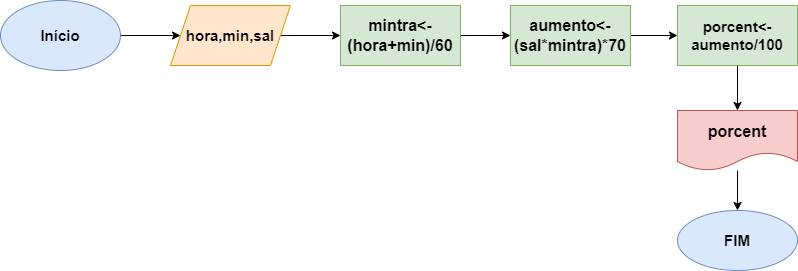
The draw.io diagram aula_fluxo_testemesa/aumento.drawio.png in projetosthif/AulasAlgoritmos, before a commit. Source tidied: cells renumbered, new cells last; positions are measured from the earlier drawing's top-left corner, leaving out a move shared by most shapes.
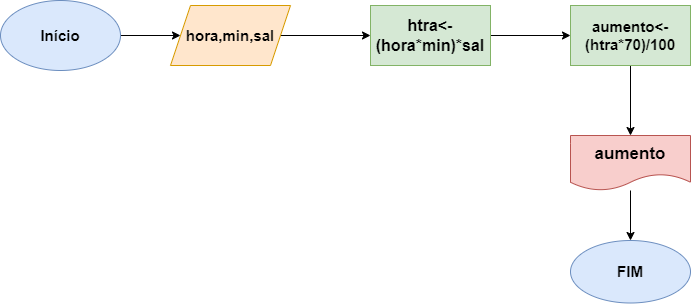
Later version of the same file.

Diff of the diagram source:
```diff
@@ -8,38 +8,32 @@
     <mxCell id="3" value="&lt;b&gt;&lt;font style=&quot;font-size: 15px;&quot;&gt;Início&lt;/font&gt;&lt;/b&gt;" style="ellipse;whiteSpace=wrap;html=1;fillColor=#dae8fc;strokeColor=#6c8ebf;" parent="1" vertex="1">
       <mxGeometry width="120" height="70" as="geometry" />
     </mxCell>
-    <mxCell id="4" style="edgeStyle=orthogonalEdgeStyle;rounded=0;jettySize=auto;html=1;fontSize=15;" parent="1" edge="1" source="5" target="7">
-      <mxGeometry relative="1" as="geometry" />
-    </mxCell>
+    <mxCell id="15" style="edgeStyle=orthogonalEdgeStyle;rounded=0;jettySize=auto;html=1;fontSize=16;" parent="1" edge="1" source="5" target="17">
+      <mxGeometry relative="1" as="geometry" />
+    </mxCell>
     <mxCell id="5" value="&lt;b&gt;&lt;font style=&quot;font-size: 15px;&quot;&gt;hora,min,sal&lt;/font&gt;&lt;/b&gt;" style="shape=parallelogram;perimeter=parallelogramPerimeter;whiteSpace=wrap;html=1;fixedSize=1;fillColor=#ffe6cc;strokeColor=#d79b00;" parent="1" vertex="1">
       <mxGeometry x="170" y="5" width="120" height="60" as="geometry" />
     </mxCell>
-    <mxCell id="6" style="edgeStyle=orthogonalEdgeStyle;rounded=0;jettySize=auto;html=1;fontSize=15;" parent="1" edge="1" source="7" target="9">
-      <mxGeometry relative="1" as="geometry" />
-    </mxCell>
-    <mxCell id="7" value="&lt;b&gt;&lt;font style=&quot;font-size: 16px;&quot;&gt;mintra&amp;lt;-(hora+min)/60&lt;/font&gt;&lt;/b&gt;" style="whiteSpace=wrap;html=1;fillColor=#d5e8d4;strokeColor=#82b366;" parent="1" vertex="1">
-      <mxGeometry x="340" y="5" width="120" height="60" as="geometry" />
-    </mxCell>
-    <mxCell id="8" style="edgeStyle=orthogonalEdgeStyle;rounded=0;jettySize=auto;html=1;fontSize=15;" parent="1" edge="1" source="9" target="11">
-      <mxGeometry relative="1" as="geometry" />
-    </mxCell>
-    <mxCell id="9" value="&lt;b&gt;&lt;font style=&quot;font-size: 16px;&quot;&gt;aumento&amp;lt;- (sal*mintra)*70&lt;/font&gt;&lt;/b&gt;" style="whiteSpace=wrap;html=1;fillColor=#d5e8d4;strokeColor=#82b366;" parent="1" vertex="1">
-      <mxGeometry x="510" y="5" width="120" height="60" as="geometry" />
-    </mxCell>
-    <mxCell id="10" style="edgeStyle=orthogonalEdgeStyle;rounded=0;jettySize=auto;html=1;fontSize=15;" parent="1" edge="1" source="11" target="13">
-      <mxGeometry relative="1" as="geometry" />
-    </mxCell>
-    <mxCell id="11" value="&lt;b&gt;&lt;font style=&quot;font-size: 15px;&quot;&gt;porcent&amp;lt;-aumento/100&lt;/font&gt;&lt;/b&gt;" style="whiteSpace=wrap;html=1;fillColor=#d5e8d4;strokeColor=#82b366;" parent="1" vertex="1">
-      <mxGeometry x="677" y="5" width="120" height="60" as="geometry" />
-    </mxCell>
-    <mxCell id="12" style="edgeStyle=orthogonalEdgeStyle;rounded=0;jettySize=auto;html=1;fontSize=15;" parent="1" edge="1" source="13" target="14">
-      <mxGeometry relative="1" as="geometry" />
-    </mxCell>
-    <mxCell id="13" value="&lt;b&gt;&lt;font style=&quot;font-size: 16px;&quot;&gt;porcent&lt;/font&gt;&lt;/b&gt;" style="shape=document;whiteSpace=wrap;html=1;boundedLbl=1;fillColor=#f8cecc;strokeColor=#b85450;" parent="1" vertex="1">
-      <mxGeometry x="677" y="110" width="120" height="60" as="geometry" />
-    </mxCell>
+    <mxCell id="16" style="edgeStyle=orthogonalEdgeStyle;rounded=0;jettySize=auto;html=1;fontSize=16;" parent="1" edge="1" source="17" target="19">
+      <mxGeometry relative="1" as="geometry" />
+    </mxCell>
+    <mxCell id="17" value="&lt;b&gt;&lt;font style=&quot;font-size: 16px;&quot;&gt;htra&amp;lt;-(hora*min)*sal&lt;/font&gt;&lt;/b&gt;" style="whiteSpace=wrap;html=1;fillColor=#d5e8d4;strokeColor=#82b366;" parent="1" vertex="1">
+      <mxGeometry x="370" y="5" width="120" height="60" as="geometry" />
+    </mxCell>
+    <mxCell id="18" style="edgeStyle=orthogonalEdgeStyle;rounded=0;jettySize=auto;html=1;fontSize=16;" parent="1" edge="1" source="19" target="21">
+      <mxGeometry relative="1" as="geometry" />
+    </mxCell>
+    <mxCell id="19" value="&lt;b&gt;&lt;font style=&quot;font-size: 15px;&quot;&gt;aumento&amp;lt;-(htra*70)/100&lt;/font&gt;&lt;/b&gt;" style="whiteSpace=wrap;html=1;fillColor=#d5e8d4;strokeColor=#82b366;" parent="1" vertex="1">
+      <mxGeometry x="570" y="5" width="120" height="60" as="geometry" />
+    </mxCell>
+    <mxCell id="20" style="edgeStyle=orthogonalEdgeStyle;rounded=0;jettySize=auto;html=1;fontSize=16;" parent="1" edge="1" source="21" target="14">
+      <mxGeometry relative="1" as="geometry" />
+    </mxCell>
+    <mxCell id="21" value="&lt;b&gt;&lt;font style=&quot;font-size: 17px;&quot;&gt;aumento&lt;/font&gt;&lt;/b&gt;" style="shape=document;whiteSpace=wrap;html=1;boundedLbl=1;fillColor=#f8cecc;strokeColor=#b85450;" parent="1" vertex="1">
+      <mxGeometry x="570" y="135" width="120" height="55" as="geometry" />
+    </mxCell>
     <mxCell id="14" value="&lt;b&gt;&lt;font style=&quot;font-size: 15px;&quot;&gt;FIM&lt;/font&gt;&lt;/b&gt;" style="ellipse;whiteSpace=wrap;html=1;fillColor=#dae8fc;strokeColor=#6c8ebf;" parent="1" vertex="1">
-      <mxGeometry x="677" y="210" width="120" height="60" as="geometry" />
+      <mxGeometry x="570" y="240" width="120" height="62.5" as="geometry" />
     </mxCell>
   </root>
 </mxGraphModel>
```
